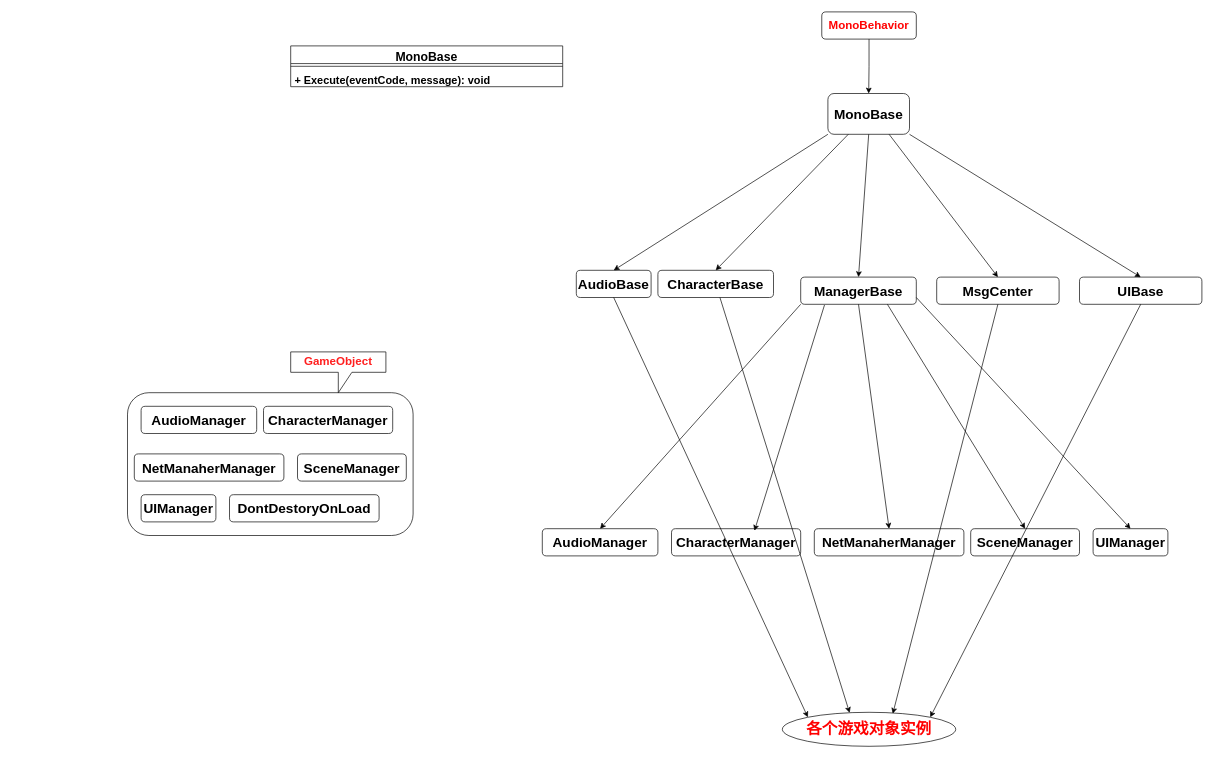
Above: 网络斗地主.drawio in chhelloworld/DrawRepository (draw.io), before the change. Source tidied: cells renumbered, new cells numbered last; positions are measured from the earlier drawing's top-left corner, leaving out a move shared by most shapes. Both pictures are drawn from the tidied source at 68%, with x=0, y=0 at pixel (127, 12).
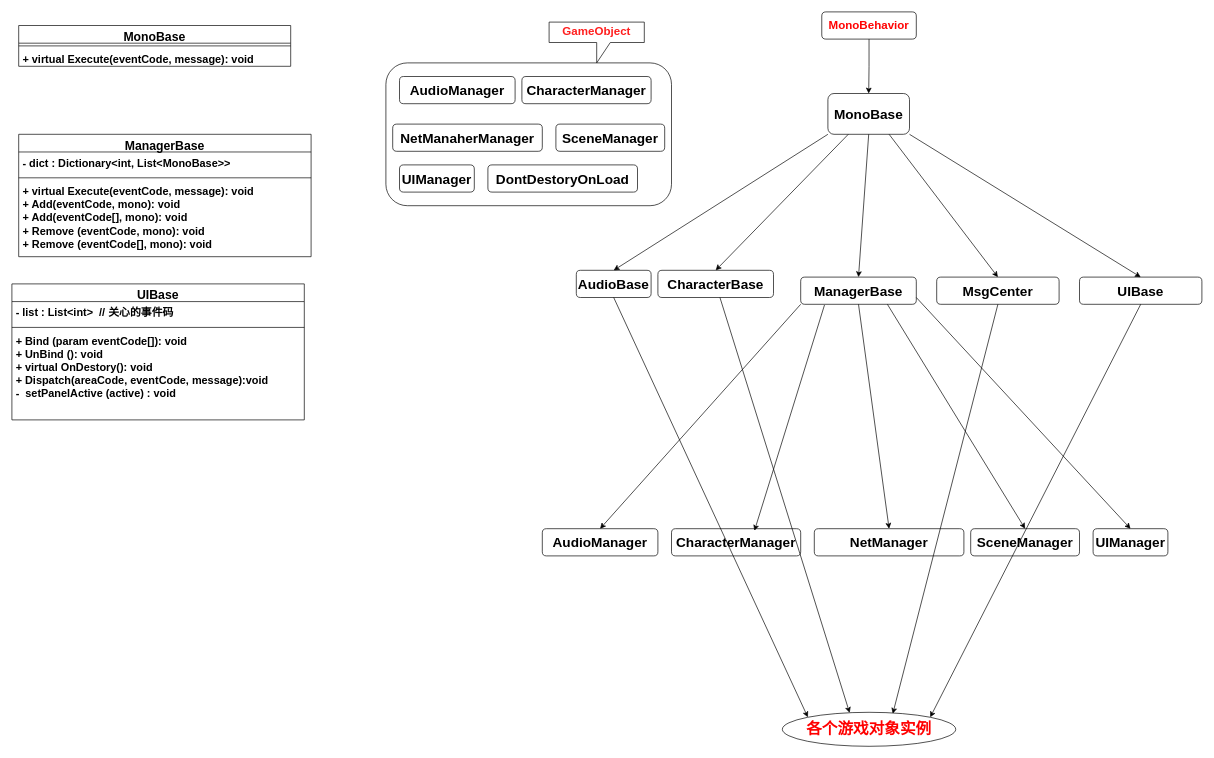
Above is the later version.

Commit message (it also covers changes not shown here):
更新网络斗地主.drawio

What changed in the source:
```diff
@@
     <mxCell id="15" style="rounded=1;whiteSpace=wrap;html=1;" parent="1" vertex="1">
-      <mxGeometry y="560" width="420" height="210" as="geometry" />
+      <mxGeometry x="380" y="75" width="420" height="210" as="geometry" />
     </mxCell>
     <mxCell id="16" value="&lt;font color=&quot;#ff1f1f&quot; style=&quot;font-size: 17px;&quot;&gt;&lt;b&gt;GameObject&lt;/b&gt;&lt;/font&gt;" style="shape=callout;whiteSpace=wrap;html=1;perimeter=calloutPerimeter;" parent="1" vertex="1">
-      <mxGeometry x="240" y="500" width="140" height="60" as="geometry" />
+      <mxGeometry x="620" y="15" width="140" height="60" as="geometry" />
     </mxCell>
@@
-    <mxCell id="19" value="&lt;b style=&quot;font-size: 20px;&quot;&gt;NetManaherManager&lt;/b&gt;" style="rounded=1;whiteSpace=wrap;html=1;" parent="1" vertex="1">
+    <mxCell id="19" value="&lt;b style=&quot;font-size: 20px;&quot;&gt;NetManager&lt;/b&gt;" style="rounded=1;whiteSpace=wrap;html=1;" parent="1" vertex="1">
       <mxGeometry x="1010" y="760" width="220" height="40" as="geometry" />
     </mxCell>
@@
     <mxCell id="27" value="&lt;b style=&quot;font-size: 20px;&quot;&gt;AudioManager&lt;/b&gt;" style="rounded=1;whiteSpace=wrap;html=1;" parent="1" vertex="1">
-      <mxGeometry x="20" y="580" width="170" height="40" as="geometry" />
+      <mxGeometry x="400" y="95" width="170" height="40" as="geometry" />
     </mxCell>
     <mxCell id="28" value="&lt;b style=&quot;font-size: 20px;&quot;&gt;CharacterManager&lt;/b&gt;" style="rounded=1;whiteSpace=wrap;html=1;" parent="1" vertex="1">
-      <mxGeometry x="200" y="580" width="190" height="40" as="geometry" />
+      <mxGeometry x="580" y="95" width="190" height="40" as="geometry" />
     </mxCell>
     <mxCell id="29" value="&lt;b style=&quot;font-size: 20px;&quot;&gt;NetManaherManager&lt;/b&gt;" style="rounded=1;whiteSpace=wrap;html=1;" parent="1" vertex="1">
-      <mxGeometry x="10" y="650" width="220" height="40" as="geometry" />
+      <mxGeometry x="390" y="165" width="220" height="40" as="geometry" />
     </mxCell>
     <mxCell id="30" value="&lt;b style=&quot;font-size: 20px;&quot;&gt;SceneManager&lt;/b&gt;" style="rounded=1;whiteSpace=wrap;html=1;" parent="1" vertex="1">
-      <mxGeometry x="250" y="650" width="160" height="40" as="geometry" />
+      <mxGeometry x="630" y="165" width="160" height="40" as="geometry" />
     </mxCell>
     <mxCell id="31" value="&lt;b style=&quot;font-size: 20px;&quot;&gt;UIManager&lt;/b&gt;" style="rounded=1;whiteSpace=wrap;html=1;" parent="1" vertex="1">
-      <mxGeometry x="20" y="710" width="110" height="40" as="geometry" />
+      <mxGeometry x="400" y="225" width="110" height="40" as="geometry" />
     </mxCell>
@@
     <mxCell id="33" value="&lt;b style=&quot;font-size: 20px;&quot;&gt;DontDestoryOnLoad&lt;/b&gt;" style="rounded=1;whiteSpace=wrap;html=1;" parent="1" vertex="1">
-      <mxGeometry x="150" y="710" width="220" height="40" as="geometry" />
+      <mxGeometry x="530" y="225" width="220" height="40" as="geometry" />
     </mxCell>
@@
     <mxCell id="39" value="&lt;font style=&quot;font-size: 18px;&quot;&gt;MonoBase&lt;/font&gt;" style="swimlane;fontStyle=1;align=center;verticalAlign=top;horizontal=1;startSize=26;whiteSpace=wrap;html=1;" parent="1" vertex="1">
-      <mxGeometry x="240" y="50" width="400" height="60" as="geometry" />
+      <mxGeometry x="-160" y="20" width="400" height="60" as="geometry" />
     </mxCell>
@@
-    <mxCell id="41" value="&lt;font style=&quot;font-size: 16px;&quot;&gt;&lt;b&gt;+ Execute(eventCode, message): void&lt;/b&gt;&lt;/font&gt;" style="text;strokeColor=none;fillColor=none;align=left;verticalAlign=top;spacingLeft=4;spacingRight=4;overflow=hidden;whiteSpace=wrap;html=1;" parent="39" vertex="1">
+    <mxCell id="41" value="&lt;font style=&quot;font-size: 16px;&quot;&gt;&lt;b&gt;+ virtual Execute(eventCode, message): void&lt;/b&gt;&lt;/font&gt;" style="text;strokeColor=none;fillColor=none;align=left;verticalAlign=top;spacingLeft=4;spacingRight=4;overflow=hidden;whiteSpace=wrap;html=1;" parent="39" vertex="1">
       <mxGeometry y="34" width="400" height="26" as="geometry" />
     </mxCell>
+    <mxCell id="42" value="&lt;font style=&quot;font-size: 18px;&quot;&gt;ManagerBase&lt;/font&gt;" style="swimlane;fontStyle=1;align=center;verticalAlign=top;horizontal=1;startSize=26;whiteSpace=wrap;html=1;" parent="1" vertex="1">
+      <mxGeometry x="-160" y="180" width="430" height="180" as="geometry" />
+    </mxCell>
+    <mxCell id="43" value="&lt;b style=&quot;font-size: 16px;&quot;&gt;- dict : Dictionary&amp;lt;int, List&amp;lt;MonoBase&amp;gt;&amp;gt;&amp;nbsp;&lt;/b&gt;&lt;div&gt;&lt;b style=&quot;font-size: 16px;&quot;&gt;&lt;br&gt;&lt;/b&gt;&lt;/div&gt;" style="text;strokeColor=none;fillColor=none;align=left;verticalAlign=top;spacingLeft=4;spacingRight=4;overflow=hidden;whiteSpace=wrap;html=1;" parent="42" vertex="1">
+      <mxGeometry y="26" width="430" height="34" as="geometry" />
+    </mxCell>
+    <mxCell id="44" style="line;strokeWidth=1;fillColor=none;align=left;verticalAlign=middle;spacingTop=-1;spacingLeft=3;spacingRight=3;labelPosition=right;strokeColor=inherit;" parent="42" vertex="1">
+      <mxGeometry y="60" width="430" height="8" as="geometry" />
+    </mxCell>
+    <mxCell id="45" value="&lt;b style=&quot;font-size: 16px;&quot;&gt;+ virtual Execute(eventCode, message): void&lt;/b&gt;&lt;div&gt;&lt;b style=&quot;font-size: 16px;&quot;&gt;+ Add(eventCode, mono): void&lt;/b&gt;&lt;/div&gt;&lt;div&gt;&lt;b style=&quot;font-size: 16px;&quot;&gt;+ Add(eventCode[], mono): void&lt;/b&gt;&lt;/div&gt;&lt;div&gt;&lt;div&gt;&lt;b style=&quot;font-size: 16px;&quot;&gt;+ Remove (eventCode, mono): void&lt;/b&gt;&lt;/div&gt;&lt;div&gt;&lt;b style=&quot;font-size: 16px;&quot;&gt;+&amp;nbsp;&lt;/b&gt;&lt;b style=&quot;font-size: 16px;&quot;&gt;Remove&amp;nbsp;&lt;/b&gt;&lt;b style=&quot;font-size: 16px;&quot;&gt;(eventCode[], mono): void&lt;/b&gt;&lt;/div&gt;&lt;/div&gt;" style="text;strokeColor=none;fillColor=none;align=left;verticalAlign=top;spacingLeft=4;spacingRight=4;overflow=hidden;whiteSpace=wrap;html=1;" parent="42" vertex="1">
+      <mxGeometry y="68" width="430" height="112" as="geometry" />
+    </mxCell>
+    <mxCell id="46" value="&lt;font style=&quot;font-size: 18px;&quot;&gt;UIBase&lt;/font&gt;" style="swimlane;fontStyle=1;align=center;verticalAlign=top;horizontal=1;startSize=26;whiteSpace=wrap;html=1;" parent="1" vertex="1">
+      <mxGeometry x="-170" y="400" width="430" height="200" as="geometry" />
+    </mxCell>
+    <mxCell id="47" value="&lt;b style=&quot;font-size: 16px;&quot;&gt;- list : List&amp;lt;int&amp;gt;&amp;nbsp; // 关心的事件码&amp;nbsp;&lt;/b&gt;&lt;div&gt;&lt;b style=&quot;font-size: 16px;&quot;&gt;&lt;br&gt;&lt;/b&gt;&lt;/div&gt;" style="text;strokeColor=none;fillColor=none;align=left;verticalAlign=top;spacingLeft=4;spacingRight=4;overflow=hidden;whiteSpace=wrap;html=1;" parent="46" vertex="1">
+      <mxGeometry y="26" width="430" height="34" as="geometry" />
+    </mxCell>
+    <mxCell id="48" style="line;strokeWidth=1;fillColor=none;align=left;verticalAlign=middle;spacingTop=-1;spacingLeft=3;spacingRight=3;labelPosition=right;strokeColor=inherit;" parent="46" vertex="1">
+      <mxGeometry y="60" width="430" height="8" as="geometry" />
+    </mxCell>
+    <mxCell id="49" value="&lt;b style=&quot;font-size: 16px;&quot;&gt;+ Bind (param eventCode[]): void&lt;/b&gt;&lt;div&gt;&lt;b style=&quot;font-size: 16px;&quot;&gt;+ UnBind (): void&lt;/b&gt;&lt;/div&gt;&lt;div&gt;&lt;b style=&quot;font-size: 16px;&quot;&gt;+ virtual OnDestory(): void&lt;/b&gt;&lt;/div&gt;&lt;div&gt;&lt;b style=&quot;font-size: 16px;&quot;&gt;+ Dispatch(areaCode, eventCode, message):void&lt;/b&gt;&lt;/div&gt;&lt;div&gt;&lt;b style=&quot;font-size: 16px;&quot;&gt;-&amp;nbsp; setPanelActive (active) : void&lt;/b&gt;&lt;/div&gt;" style="text;strokeColor=none;fillColor=none;align=left;verticalAlign=top;spacingLeft=4;spacingRight=4;overflow=hidden;whiteSpace=wrap;html=1;" parent="46" vertex="1">
+      <mxGeometry y="68" width="430" height="132" as="geometry" />
+    </mxCell>
```
